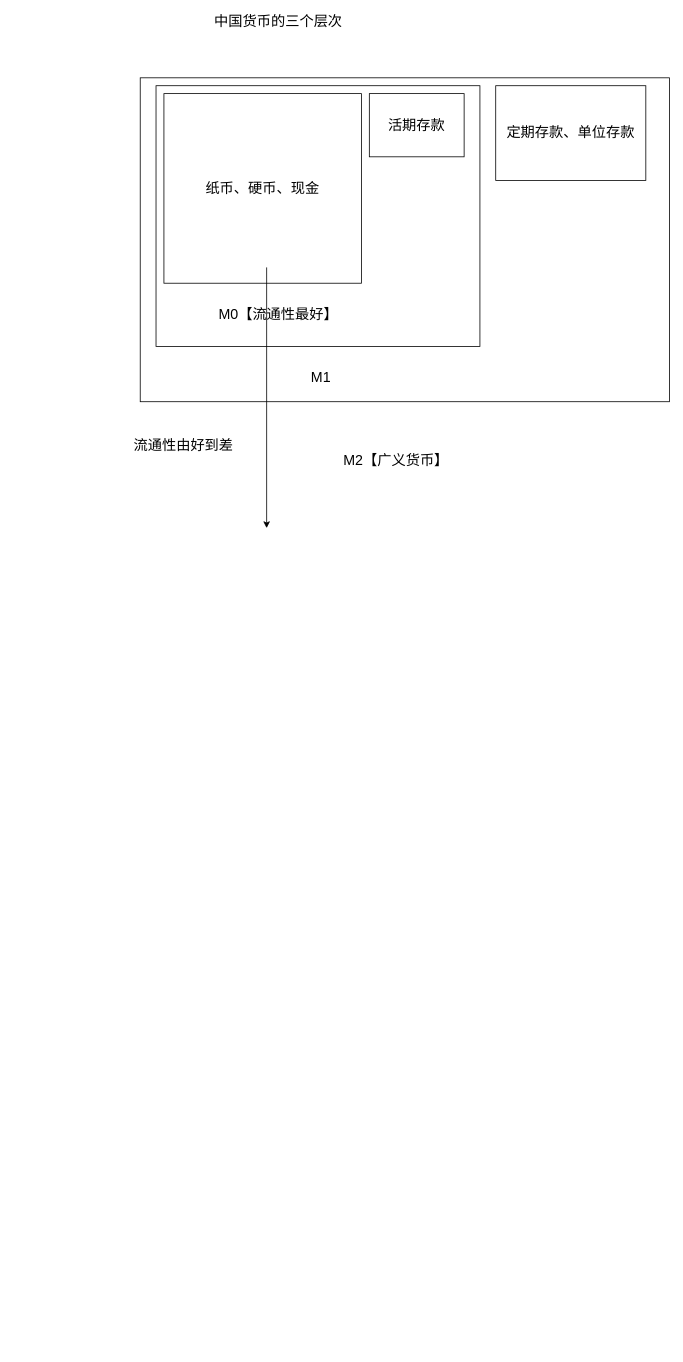
Before: page "第十三章 货币和银行🏦" (6 of 10) of 读书笔记/人人都爱经济学.drawio in StephenWu5/blogManuscripts, a draw.io diagram. Source tidied: cells renumbered, new cells numbered last; positions are measured from the earlier drawing's top-left corner, leaving out a move shared by most shapes. Both pictures are drawn from the tidied source at 79%, with x=0, y=0 at pixel (108, 14).
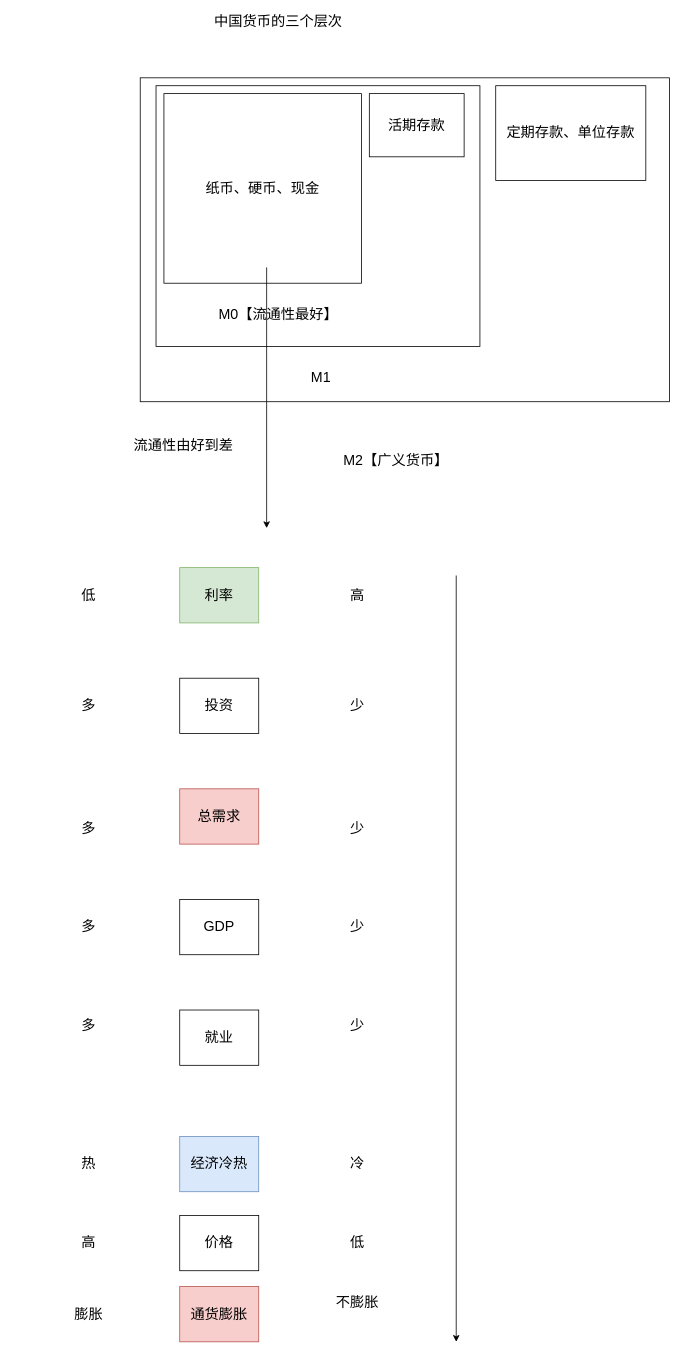
The same diagram, later.

Commit message (it also covers changes not shown here):
《人人都爱经济学》

Diff of the diagram source:
```diff
@@
+    <mxCell id="13" value="&lt;span style=&quot;font-size: 18px&quot;&gt;利率&lt;br&gt;&lt;/span&gt;" style="rounded=0;whiteSpace=wrap;html=1;fillColor=#d5e8d4;strokeColor=#82b366;" parent="1" vertex="1">
+      <mxGeometry x="90" y="700" width="100" height="70" as="geometry" />
+    </mxCell>
+    <mxCell id="14" value="&lt;span style=&quot;font-size: 18px&quot;&gt;投资&lt;br&gt;&lt;/span&gt;" style="rounded=0;whiteSpace=wrap;html=1;fillColor=none;" parent="1" vertex="1">
+      <mxGeometry x="90" y="840" width="100" height="70" as="geometry" />
+    </mxCell>
+    <mxCell id="15" value="&lt;span style=&quot;font-size: 18px&quot;&gt;总需求&lt;br&gt;&lt;/span&gt;" style="rounded=0;whiteSpace=wrap;html=1;fillColor=#f8cecc;strokeColor=#b85450;" parent="1" vertex="1">
+      <mxGeometry x="90" y="980" width="100" height="70" as="geometry" />
+    </mxCell>
+    <mxCell id="16" value="&lt;span style=&quot;font-size: 18px&quot;&gt;GDP&lt;br&gt;&lt;/span&gt;" style="rounded=0;whiteSpace=wrap;html=1;fillColor=none;" parent="1" vertex="1">
+      <mxGeometry x="90" y="1120" width="100" height="70" as="geometry" />
+    </mxCell>
+    <mxCell id="17" value="&lt;span style=&quot;font-size: 18px&quot;&gt;就业&lt;br&gt;&lt;/span&gt;" style="rounded=0;whiteSpace=wrap;html=1;fillColor=none;" parent="1" vertex="1">
+      <mxGeometry x="90" y="1260" width="100" height="70" as="geometry" />
+    </mxCell>
+    <mxCell id="18" value="&lt;span style=&quot;font-size: 18px&quot;&gt;经济冷热&lt;br&gt;&lt;/span&gt;" style="rounded=0;whiteSpace=wrap;html=1;fillColor=#dae8fc;strokeColor=#6c8ebf;" parent="1" vertex="1">
+      <mxGeometry x="90" y="1420" width="100" height="70" as="geometry" />
+    </mxCell>
+    <mxCell id="19" value="&lt;span style=&quot;font-size: 18px&quot;&gt;高&lt;br&gt;&lt;/span&gt;" style="text;html=1;strokeColor=none;fillColor=none;align=center;verticalAlign=middle;whiteSpace=wrap;rounded=0;" parent="1" vertex="1">
+      <mxGeometry x="220" y="715" width="190" height="40" as="geometry" />
+    </mxCell>
+    <mxCell id="20" value="&lt;span style=&quot;font-size: 18px&quot;&gt;少&lt;br&gt;&lt;/span&gt;" style="text;html=1;strokeColor=none;fillColor=none;align=center;verticalAlign=middle;whiteSpace=wrap;rounded=0;" parent="1" vertex="1">
+      <mxGeometry x="220" y="1260" width="190" height="40" as="geometry" />
+    </mxCell>
+    <mxCell id="21" value="&lt;span style=&quot;font-size: 18px&quot;&gt;少&lt;br&gt;&lt;/span&gt;" style="text;html=1;strokeColor=none;fillColor=none;align=center;verticalAlign=middle;whiteSpace=wrap;rounded=0;" parent="1" vertex="1">
+      <mxGeometry x="220" y="1135" width="190" height="40" as="geometry" />
+    </mxCell>
+    <mxCell id="22" value="&lt;span style=&quot;font-size: 18px&quot;&gt;少&lt;br&gt;&lt;/span&gt;" style="text;html=1;strokeColor=none;fillColor=none;align=center;verticalAlign=middle;whiteSpace=wrap;rounded=0;" parent="1" vertex="1">
+      <mxGeometry x="220" y="1010" width="190" height="40" as="geometry" />
+    </mxCell>
+    <mxCell id="23" value="&lt;span style=&quot;font-size: 18px&quot;&gt;少&lt;br&gt;&lt;/span&gt;" style="text;html=1;strokeColor=none;fillColor=none;align=center;verticalAlign=middle;whiteSpace=wrap;rounded=0;" parent="1" vertex="1">
+      <mxGeometry x="220" y="855" width="190" height="40" as="geometry" />
+    </mxCell>
+    <mxCell id="24" value="&lt;span style=&quot;font-size: 18px&quot;&gt;冷&lt;br&gt;&lt;/span&gt;" style="text;html=1;strokeColor=none;fillColor=none;align=center;verticalAlign=middle;whiteSpace=wrap;rounded=0;" parent="1" vertex="1">
+      <mxGeometry x="220" y="1435" width="190" height="40" as="geometry" />
+    </mxCell>
+    <mxCell id="25" value="&lt;span style=&quot;font-size: 18px&quot;&gt;低&lt;br&gt;&lt;/span&gt;" style="text;html=1;strokeColor=none;fillColor=none;align=center;verticalAlign=middle;whiteSpace=wrap;rounded=0;" parent="1" vertex="1">
+      <mxGeometry x="-120" y="715" width="190" height="40" as="geometry" />
+    </mxCell>
+    <mxCell id="26" value="&lt;span style=&quot;font-size: 18px&quot;&gt;多&lt;br&gt;&lt;/span&gt;" style="text;html=1;strokeColor=none;fillColor=none;align=center;verticalAlign=middle;whiteSpace=wrap;rounded=0;" parent="1" vertex="1">
+      <mxGeometry x="-120" y="1260" width="190" height="40" as="geometry" />
+    </mxCell>
+    <mxCell id="27" value="&lt;span style=&quot;font-size: 18px&quot;&gt;多&lt;br&gt;&lt;/span&gt;" style="text;html=1;strokeColor=none;fillColor=none;align=center;verticalAlign=middle;whiteSpace=wrap;rounded=0;" parent="1" vertex="1">
+      <mxGeometry x="-120" y="1135" width="190" height="40" as="geometry" />
+    </mxCell>
+    <mxCell id="28" value="&lt;span style=&quot;font-size: 18px&quot;&gt;多&lt;br&gt;&lt;/span&gt;" style="text;html=1;strokeColor=none;fillColor=none;align=center;verticalAlign=middle;whiteSpace=wrap;rounded=0;" parent="1" vertex="1">
+      <mxGeometry x="-120" y="1010" width="190" height="40" as="geometry" />
+    </mxCell>
+    <mxCell id="29" value="&lt;span style=&quot;font-size: 18px&quot;&gt;多&lt;br&gt;&lt;/span&gt;" style="text;html=1;strokeColor=none;fillColor=none;align=center;verticalAlign=middle;whiteSpace=wrap;rounded=0;" parent="1" vertex="1">
+      <mxGeometry x="-120" y="855" width="190" height="40" as="geometry" />
+    </mxCell>
+    <mxCell id="30" value="&lt;span style=&quot;font-size: 18px&quot;&gt;热&lt;br&gt;&lt;/span&gt;" style="text;html=1;strokeColor=none;fillColor=none;align=center;verticalAlign=middle;whiteSpace=wrap;rounded=0;" parent="1" vertex="1">
+      <mxGeometry x="-120" y="1435" width="190" height="40" as="geometry" />
+    </mxCell>
+    <mxCell id="31" value="&lt;span style=&quot;font-size: 18px&quot;&gt;价格&lt;br&gt;&lt;/span&gt;" style="rounded=0;whiteSpace=wrap;html=1;fillColor=none;" parent="1" vertex="1">
+      <mxGeometry x="90" y="1520" width="100" height="70" as="geometry" />
+    </mxCell>
+    <mxCell id="32" value="&lt;span style=&quot;font-size: 18px&quot;&gt;通货膨胀&lt;br&gt;&lt;/span&gt;" style="rounded=0;whiteSpace=wrap;html=1;fillColor=#f8cecc;strokeColor=#b85450;" parent="1" vertex="1">
+      <mxGeometry x="90" y="1610" width="100" height="70" as="geometry" />
+    </mxCell>
+    <mxCell id="33" value="&lt;span style=&quot;font-size: 18px&quot;&gt;膨胀&lt;br&gt;&lt;/span&gt;" style="text;html=1;strokeColor=none;fillColor=none;align=center;verticalAlign=middle;whiteSpace=wrap;rounded=0;" parent="1" vertex="1">
+      <mxGeometry x="-120" y="1625" width="190" height="40" as="geometry" />
+    </mxCell>
+    <mxCell id="34" value="&lt;span style=&quot;font-size: 18px&quot;&gt;高&lt;br&gt;&lt;/span&gt;" style="text;html=1;strokeColor=none;fillColor=none;align=center;verticalAlign=middle;whiteSpace=wrap;rounded=0;" parent="1" vertex="1">
+      <mxGeometry x="-120" y="1535" width="190" height="40" as="geometry" />
+    </mxCell>
+    <mxCell id="35" value="&lt;span style=&quot;font-size: 18px&quot;&gt;低&lt;br&gt;&lt;/span&gt;" style="text;html=1;strokeColor=none;fillColor=none;align=center;verticalAlign=middle;whiteSpace=wrap;rounded=0;" parent="1" vertex="1">
+      <mxGeometry x="220" y="1535" width="190" height="40" as="geometry" />
+    </mxCell>
+    <mxCell id="36" value="&lt;span style=&quot;font-size: 18px&quot;&gt;不膨胀&lt;br&gt;&lt;/span&gt;" style="text;html=1;strokeColor=none;fillColor=none;align=center;verticalAlign=middle;whiteSpace=wrap;rounded=0;" parent="1" vertex="1">
+      <mxGeometry x="220" y="1610" width="190" height="40" as="geometry" />
+    </mxCell>
+    <mxCell id="37" style="endArrow=classic;html=1;" parent="1" edge="1">
+      <mxGeometry relative="1" as="geometry">
+        <mxPoint x="440" y="710" as="sourcePoint" />
+        <mxPoint x="440" y="1680" as="targetPoint" />
+      </mxGeometry>
+    </mxCell>
```
